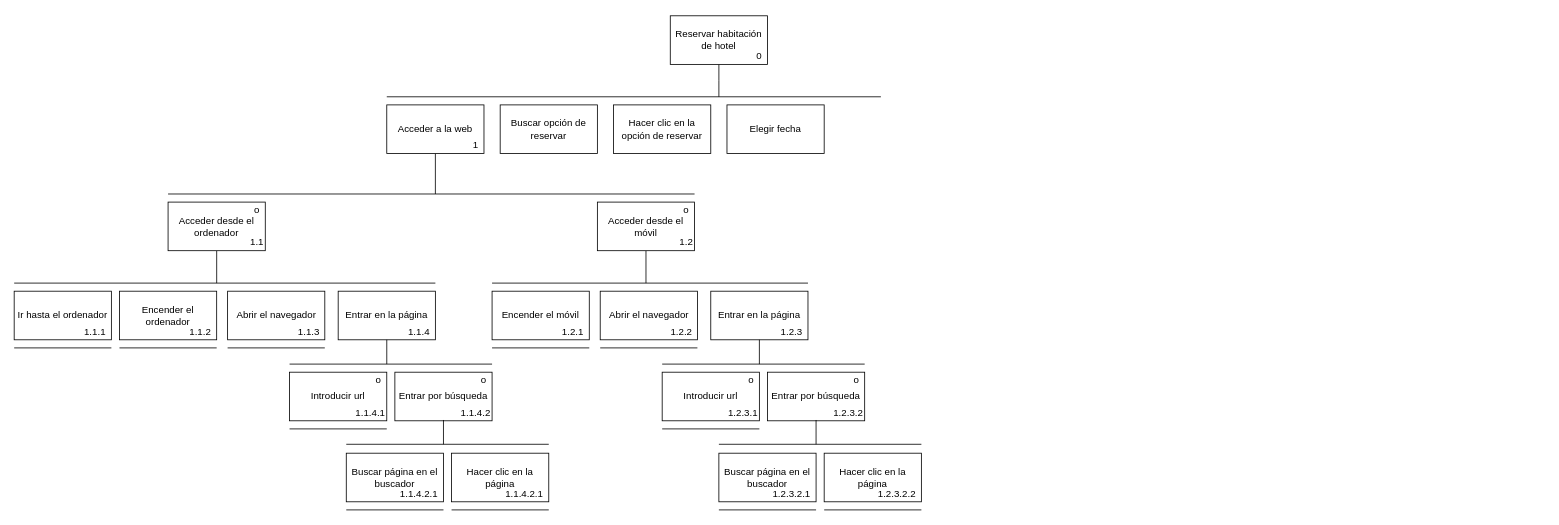
Before: Untitled Diagram.drawio in dolansete/repdolan, a draw.io diagram. Source tidied: cells renumbered, new cells numbered last; positions are measured from the earlier drawing's top-left corner, leaving out a move shared by most shapes. Both pictures are drawn from the tidied source at 81%, with x=0, y=0 at pixel (14, 15).
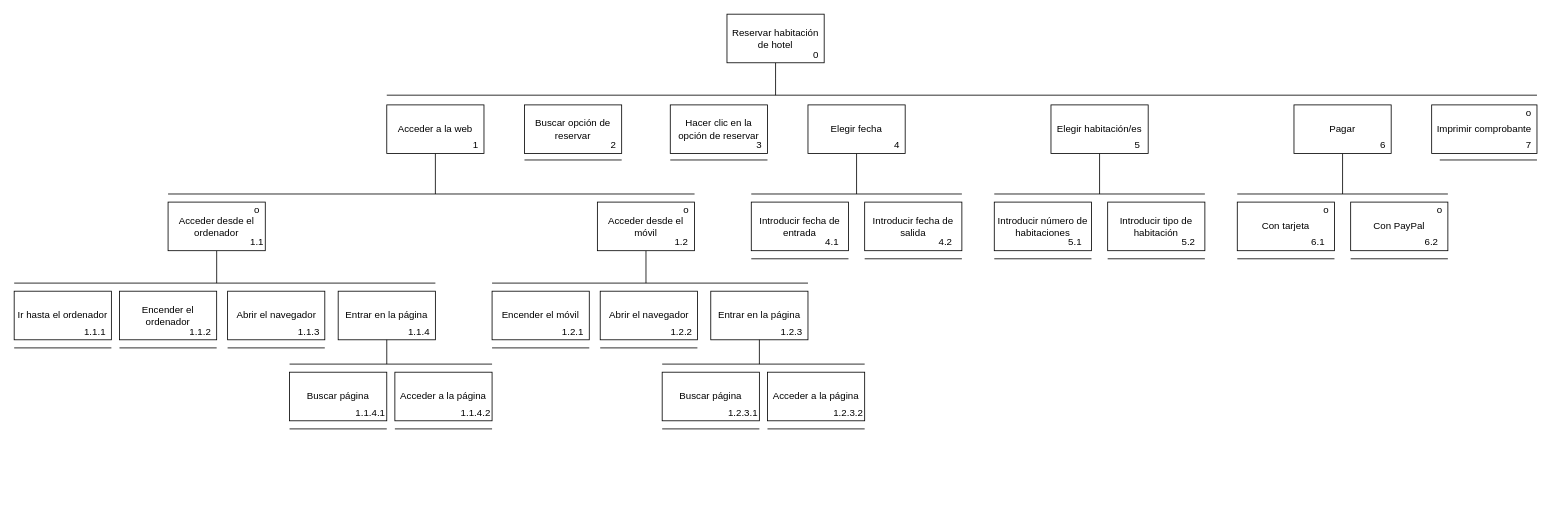
The same diagram, later.

The edit, as a diff of the source:
```diff
@@
     <mxCell id="2" style="edgeStyle=orthogonalEdgeStyle;rounded=0;jettySize=auto;html=1;endArrow=none;endFill=0;" parent="1" edge="1" source="3">
       <mxGeometry relative="1" as="geometry">
-        <mxPoint x="870" y="100" as="targetPoint" />
+        <mxPoint x="940" y="98" as="targetPoint" />
       </mxGeometry>
     </mxCell>
     <mxCell id="3" value="Reservar habitación de hotel" style="rounded=0;whiteSpace=wrap;html=1;" parent="1" vertex="1">
-      <mxGeometry x="810" width="120" height="60" as="geometry" />
+      <mxGeometry x="880" y="-2" width="120" height="60" as="geometry" />
     </mxCell>
     <mxCell id="4" style="endArrow=none;html=1;" parent="1" edge="1">
       <mxGeometry relative="1" as="geometry">
-        <mxPoint x="460" y="100" as="sourcePoint" />
-        <mxPoint x="1070" y="100" as="targetPoint" />
+        <mxPoint x="460" y="98" as="sourcePoint" />
+        <mxPoint x="1880" y="98" as="targetPoint" />
       </mxGeometry>
     </mxCell>
     <mxCell id="5" value="0" style="text;html=1;strokeColor=none;fillColor=none;align=center;verticalAlign=middle;whiteSpace=wrap;rounded=0;" parent="1" vertex="1">
-      <mxGeometry x="900" y="40" width="40" height="20" as="geometry" />
+      <mxGeometry x="970" y="38" width="40" height="20" as="geometry" />
     </mxCell>
@@
-    <mxCell id="21" value="Introducir url" style="rounded=0;whiteSpace=wrap;html=1;" parent="1" vertex="1">
+    <mxCell id="21" value="Buscar página" style="rounded=0;whiteSpace=wrap;html=1;" parent="1" vertex="1">
       <mxGeometry x="340" y="440" width="120" height="60" as="geometry" />
     </mxCell>
-    <mxCell id="22" value="Entrar por búsqueda" style="rounded=0;whiteSpace=wrap;html=1;" parent="1" vertex="1">
+    <mxCell id="22" value="Acceder a la página" style="rounded=0;whiteSpace=wrap;html=1;" parent="1" vertex="1">
       <mxGeometry x="470" y="440" width="120" height="60" as="geometry" />
     </mxCell>
-    <mxCell id="23" value="o" style="text;html=1;strokeColor=none;fillColor=none;align=center;verticalAlign=middle;whiteSpace=wrap;rounded=0;" parent="1" vertex="1">
-      <mxGeometry x="430" y="440" width="40" height="20" as="geometry" />
-    </mxCell>
-    <mxCell id="24" value="o" style="text;html=1;strokeColor=none;fillColor=none;align=center;verticalAlign=middle;whiteSpace=wrap;rounded=0;" parent="1" vertex="1">
-      <mxGeometry x="560" y="440" width="40" height="20" as="geometry" />
-    </mxCell>
-    <mxCell id="25" style="edgeStyle=none;orthogonalLoop=1;jettySize=auto;html=1;endArrow=none;exitX=0.5;exitY=1;exitDx=0;exitDy=0;" parent="1" edge="1">
-      <mxGeometry relative="1" as="geometry">
-        <mxPoint x="530" y="499" as="sourcePoint" />
-        <mxPoint x="530" y="529" as="targetPoint" />
-      </mxGeometry>
-    </mxCell>
-    <mxCell id="26" style="endArrow=none;html=1;" parent="1" edge="1">
-      <mxGeometry relative="1" as="geometry">
-        <mxPoint x="410" y="529" as="sourcePoint" />
-        <mxPoint x="660" y="529" as="targetPoint" />
-      </mxGeometry>
-    </mxCell>
-    <mxCell id="27" value="Buscar página en el buscador" style="rounded=0;whiteSpace=wrap;html=1;" parent="1" vertex="1">
-      <mxGeometry x="410" y="540" width="120" height="60" as="geometry" />
-    </mxCell>
-    <mxCell id="28" value="Hacer clic en la página" style="rounded=0;whiteSpace=wrap;html=1;" parent="1" vertex="1">
-      <mxGeometry x="540" y="540" width="120" height="60" as="geometry" />
-    </mxCell>
@@
-    <mxCell id="33" style="endArrow=none;html=1;" parent="1" edge="1">
-      <mxGeometry relative="1" as="geometry">
-        <mxPoint x="410" y="610" as="sourcePoint" />
-        <mxPoint x="530" y="610" as="targetPoint" />
-      </mxGeometry>
-    </mxCell>
-    <mxCell id="34" style="endArrow=none;html=1;" parent="1" edge="1">
-      <mxGeometry relative="1" as="geometry">
-        <mxPoint x="540" y="610" as="sourcePoint" />
-        <mxPoint x="660" y="610" as="targetPoint" />
-      </mxGeometry>
-    </mxCell>
@@
-    <mxCell id="40" value="Introducir url" style="rounded=0;whiteSpace=wrap;html=1;" parent="1" vertex="1">
-      <mxGeometry x="800" y="440" width="120" height="60" as="geometry" />
-    </mxCell>
-    <mxCell id="41" value="Entrar por búsqueda" style="rounded=0;whiteSpace=wrap;html=1;" parent="1" vertex="1">
-      <mxGeometry x="930" y="440" width="120" height="60" as="geometry" />
-    </mxCell>
-    <mxCell id="42" value="o" style="text;html=1;strokeColor=none;fillColor=none;align=center;verticalAlign=middle;whiteSpace=wrap;rounded=0;" parent="1" vertex="1">
-      <mxGeometry x="890" y="440" width="40" height="20" as="geometry" />
-    </mxCell>
-    <mxCell id="43" value="o" style="text;html=1;strokeColor=none;fillColor=none;align=center;verticalAlign=middle;whiteSpace=wrap;rounded=0;" parent="1" vertex="1">
-      <mxGeometry x="1020" y="440" width="40" height="20" as="geometry" />
-    </mxCell>
-    <mxCell id="44" style="edgeStyle=none;orthogonalLoop=1;jettySize=auto;html=1;endArrow=none;exitX=0.5;exitY=1;exitDx=0;exitDy=0;" parent="1" edge="1">
-      <mxGeometry relative="1" as="geometry">
-        <mxPoint x="990" y="499" as="sourcePoint" />
-        <mxPoint x="990" y="529" as="targetPoint" />
-      </mxGeometry>
-    </mxCell>
-    <mxCell id="45" style="endArrow=none;html=1;" parent="1" edge="1">
-      <mxGeometry relative="1" as="geometry">
-        <mxPoint x="870" y="529" as="sourcePoint" />
-        <mxPoint x="1120" y="529" as="targetPoint" />
-      </mxGeometry>
-    </mxCell>
-    <mxCell id="46" value="Buscar página en el buscador" style="rounded=0;whiteSpace=wrap;html=1;" parent="1" vertex="1">
-      <mxGeometry x="870" y="540" width="120" height="60" as="geometry" />
-    </mxCell>
-    <mxCell id="47" value="Hacer clic en la página" style="rounded=0;whiteSpace=wrap;html=1;" parent="1" vertex="1">
-      <mxGeometry x="1000" y="540" width="120" height="60" as="geometry" />
-    </mxCell>
@@
-    <mxCell id="50" style="endArrow=none;html=1;" parent="1" edge="1">
-      <mxGeometry relative="1" as="geometry">
-        <mxPoint x="800" y="510" as="sourcePoint" />
-        <mxPoint x="920" y="510" as="targetPoint" />
-      </mxGeometry>
-    </mxCell>
-    <mxCell id="51" style="endArrow=none;html=1;" parent="1" edge="1">
-      <mxGeometry relative="1" as="geometry">
-        <mxPoint x="870" y="610" as="sourcePoint" />
-        <mxPoint x="990" y="610" as="targetPoint" />
-      </mxGeometry>
-    </mxCell>
-    <mxCell id="52" style="endArrow=none;html=1;" parent="1" edge="1">
-      <mxGeometry relative="1" as="geometry">
-        <mxPoint x="1000" y="610" as="sourcePoint" />
-        <mxPoint x="1120" y="610" as="targetPoint" />
-      </mxGeometry>
-    </mxCell>
@@
     <mxCell id="57" value="1.2" style="text;html=1;strokeColor=none;fillColor=none;align=center;verticalAlign=middle;whiteSpace=wrap;rounded=0;" parent="1" vertex="1">
-      <mxGeometry x="810" y="270" width="40" height="20" as="geometry" />
+      <mxGeometry x="803.5" y="270" width="40" height="20" as="geometry" />
     </mxCell>
@@
-    <mxCell id="67" value="1.1.4.2.1" style="text;html=1;strokeColor=none;fillColor=none;align=center;verticalAlign=middle;whiteSpace=wrap;rounded=0;" parent="1" vertex="1">
-      <mxGeometry x="480" y="580" width="40" height="20" as="geometry" />
-    </mxCell>
-    <mxCell id="68" value="1.1.4.2.1" style="text;html=1;strokeColor=none;fillColor=none;align=center;verticalAlign=middle;whiteSpace=wrap;rounded=0;" parent="1" vertex="1">
-      <mxGeometry x="610" y="580" width="40" height="20" as="geometry" />
-    </mxCell>
+    <mxCell id="73" value="Buscar opción de reservar" style="rounded=0;whiteSpace=wrap;html=1;" parent="1" vertex="1">
+      <mxGeometry x="630" y="110" width="120" height="60" as="geometry" />
+    </mxCell>
+    <mxCell id="74" value="Hacer clic en la opción de reservar" style="rounded=0;whiteSpace=wrap;html=1;" parent="1" vertex="1">
+      <mxGeometry x="810" y="110" width="120" height="60" as="geometry" />
+    </mxCell>
+    <mxCell id="76" style="edgeStyle=none;jettySize=auto;html=1;endArrow=none;" parent="1" edge="1" source="75">
+      <mxGeometry relative="1" as="geometry">
+        <mxPoint x="1040" y="220" as="targetPoint" />
+      </mxGeometry>
+    </mxCell>
+    <mxCell id="75" value="Elegir fecha" style="rounded=0;whiteSpace=wrap;html=1;" parent="1" vertex="1">
+      <mxGeometry x="980" y="110" width="120" height="60" as="geometry" />
+    </mxCell>
+    <mxCell id="77" style="endArrow=none;html=1;" parent="1" edge="1">
+      <mxGeometry relative="1" as="geometry">
+        <mxPoint x="910" y="220" as="sourcePoint" />
+        <mxPoint x="1170" y="220" as="targetPoint" />
+      </mxGeometry>
+    </mxCell>
+    <mxCell id="78" value="Introducir fecha de entrada" style="rounded=0;whiteSpace=wrap;html=1;" parent="1" vertex="1">
+      <mxGeometry x="910" y="230" width="120" height="60" as="geometry" />
+    </mxCell>
+    <mxCell id="79" value="Introducir fecha de salida" style="rounded=0;whiteSpace=wrap;html=1;" parent="1" vertex="1">
+      <mxGeometry x="1050" y="230" width="120" height="60" as="geometry" />
+    </mxCell>
+    <mxCell id="80" style="endArrow=none;html=1;" parent="1" edge="1">
+      <mxGeometry relative="1" as="geometry">
+        <mxPoint x="910" y="300" as="sourcePoint" />
+        <mxPoint x="1030" y="300" as="targetPoint" />
+      </mxGeometry>
+    </mxCell>
+    <mxCell id="81" style="endArrow=none;html=1;" parent="1" edge="1">
+      <mxGeometry relative="1" as="geometry">
+        <mxPoint x="1050" y="300" as="sourcePoint" />
+        <mxPoint x="1170" y="300" as="targetPoint" />
+      </mxGeometry>
+    </mxCell>
+    <mxCell id="82" style="edgeStyle=none;jettySize=auto;html=1;endArrow=none;" parent="1" edge="1" source="83">
+      <mxGeometry relative="1" as="geometry">
+        <mxPoint x="1340" y="220" as="targetPoint" />
+      </mxGeometry>
+    </mxCell>
+    <mxCell id="83" value="Elegir habitación/es" style="rounded=0;whiteSpace=wrap;html=1;" parent="1" vertex="1">
+      <mxGeometry x="1280" y="110" width="120" height="60" as="geometry" />
+    </mxCell>
+    <mxCell id="84" style="endArrow=none;html=1;" parent="1" edge="1">
+      <mxGeometry relative="1" as="geometry">
+        <mxPoint x="1210" y="220" as="sourcePoint" />
+        <mxPoint x="1470" y="220" as="targetPoint" />
+      </mxGeometry>
+    </mxCell>
+    <mxCell id="85" value="Introducir número de habitaciones" style="rounded=0;whiteSpace=wrap;html=1;" parent="1" vertex="1">
+      <mxGeometry x="1210" y="230" width="120" height="60" as="geometry" />
+    </mxCell>
+    <mxCell id="86" value="Introducir tipo de habitación" style="rounded=0;whiteSpace=wrap;html=1;" parent="1" vertex="1">
+      <mxGeometry x="1350" y="230" width="120" height="60" as="geometry" />
+    </mxCell>
+    <mxCell id="87" style="endArrow=none;html=1;" parent="1" edge="1">
+      <mxGeometry relative="1" as="geometry">
+        <mxPoint x="1210" y="300" as="sourcePoint" />
+        <mxPoint x="1330" y="300" as="targetPoint" />
+      </mxGeometry>
+    </mxCell>
+    <mxCell id="88" style="endArrow=none;html=1;" parent="1" edge="1">
+      <mxGeometry relative="1" as="geometry">
+        <mxPoint x="1350" y="300" as="sourcePoint" />
+        <mxPoint x="1470" y="300" as="targetPoint" />
+      </mxGeometry>
+    </mxCell>
+    <mxCell id="89" style="endArrow=none;html=1;" parent="1" edge="1">
+      <mxGeometry relative="1" as="geometry">
+        <mxPoint x="470" y="510" as="sourcePoint" />
+        <mxPoint x="590" y="510" as="targetPoint" />
+      </mxGeometry>
+    </mxCell>
+    <mxCell id="90" value="Buscar página" style="rounded=0;whiteSpace=wrap;html=1;" parent="1" vertex="1">
+      <mxGeometry x="800" y="440" width="120" height="60" as="geometry" />
+    </mxCell>
+    <mxCell id="91" value="Acceder a la página" style="rounded=0;whiteSpace=wrap;html=1;" parent="1" vertex="1">
+      <mxGeometry x="930" y="440" width="120" height="60" as="geometry" />
+    </mxCell>
+    <mxCell id="92" style="endArrow=none;html=1;" parent="1" edge="1">
+      <mxGeometry relative="1" as="geometry">
+        <mxPoint x="800" y="510" as="sourcePoint" />
+        <mxPoint x="920" y="510" as="targetPoint" />
+      </mxGeometry>
+    </mxCell>
@@
-    <mxCell id="71" value="1.2.3.2.1" style="text;html=1;strokeColor=none;fillColor=none;align=center;verticalAlign=middle;whiteSpace=wrap;rounded=0;" parent="1" vertex="1">
-      <mxGeometry x="940" y="580" width="40" height="20" as="geometry" />
-    </mxCell>
-    <mxCell id="72" value="1.2.3.2.2" style="text;html=1;strokeColor=none;fillColor=none;align=center;verticalAlign=middle;whiteSpace=wrap;rounded=0;" parent="1" vertex="1">
-      <mxGeometry x="1070" y="580" width="40" height="20" as="geometry" />
-    </mxCell>
-    <mxCell id="73" value="Buscar opción de reservar" style="rounded=0;whiteSpace=wrap;html=1;" parent="1" vertex="1">
-      <mxGeometry x="600" y="110" width="120" height="60" as="geometry" />
-    </mxCell>
-    <mxCell id="74" value="Hacer clic en la opción de reservar" style="rounded=0;whiteSpace=wrap;html=1;" parent="1" vertex="1">
-      <mxGeometry x="740" y="110" width="120" height="60" as="geometry" />
-    </mxCell>
-    <mxCell id="75" value="Elegir fecha" style="rounded=0;whiteSpace=wrap;html=1;" parent="1" vertex="1">
-      <mxGeometry x="880" y="110" width="120" height="60" as="geometry" />
-    </mxCell>
+    <mxCell id="93" style="endArrow=none;html=1;" parent="1" edge="1">
+      <mxGeometry relative="1" as="geometry">
+        <mxPoint x="930" y="510" as="sourcePoint" />
+        <mxPoint x="1050" y="510" as="targetPoint" />
+      </mxGeometry>
+    </mxCell>
+    <mxCell id="94" style="edgeStyle=none;jettySize=auto;html=1;endArrow=none;" parent="1" edge="1" source="95">
+      <mxGeometry relative="1" as="geometry">
+        <mxPoint x="1640" y="220" as="targetPoint" />
+      </mxGeometry>
+    </mxCell>
+    <mxCell id="95" value="Pagar" style="rounded=0;whiteSpace=wrap;html=1;" parent="1" vertex="1">
+      <mxGeometry x="1580" y="110" width="120" height="60" as="geometry" />
+    </mxCell>
+    <mxCell id="96" style="endArrow=none;html=1;" parent="1" edge="1">
+      <mxGeometry relative="1" as="geometry">
+        <mxPoint x="1510" y="220" as="sourcePoint" />
+        <mxPoint x="1770" y="220" as="targetPoint" />
+      </mxGeometry>
+    </mxCell>
+    <mxCell id="97" value="Con tarjeta" style="rounded=0;whiteSpace=wrap;html=1;" parent="1" vertex="1">
+      <mxGeometry x="1510" y="230" width="120" height="60" as="geometry" />
+    </mxCell>
+    <mxCell id="98" value="Con PayPal" style="rounded=0;whiteSpace=wrap;html=1;" parent="1" vertex="1">
+      <mxGeometry x="1650" y="230" width="120" height="60" as="geometry" />
+    </mxCell>
+    <mxCell id="99" style="endArrow=none;html=1;" parent="1" edge="1">
+      <mxGeometry relative="1" as="geometry">
+        <mxPoint x="1510" y="300" as="sourcePoint" />
+        <mxPoint x="1630" y="300" as="targetPoint" />
+      </mxGeometry>
+    </mxCell>
+    <mxCell id="100" style="endArrow=none;html=1;" parent="1" edge="1">
+      <mxGeometry relative="1" as="geometry">
+        <mxPoint x="1650" y="300" as="sourcePoint" />
+        <mxPoint x="1770" y="300" as="targetPoint" />
+      </mxGeometry>
+    </mxCell>
+    <mxCell id="101" value="o" style="text;html=1;strokeColor=none;fillColor=none;align=center;verticalAlign=middle;whiteSpace=wrap;rounded=0;" parent="1" vertex="1">
+      <mxGeometry x="1600" y="230" width="40" height="20" as="geometry" />
+    </mxCell>
+    <mxCell id="102" value="o" style="text;html=1;strokeColor=none;fillColor=none;align=center;verticalAlign=middle;whiteSpace=wrap;rounded=0;" parent="1" vertex="1">
+      <mxGeometry x="1740" y="230" width="40" height="20" as="geometry" />
+    </mxCell>
+    <mxCell id="103" value="Imprimir comprobante" style="rounded=0;whiteSpace=wrap;html=1;" parent="1" vertex="1">
+      <mxGeometry x="1750" y="110" width="130" height="60" as="geometry" />
+    </mxCell>
+    <mxCell id="104" value="2" style="text;html=1;strokeColor=none;fillColor=none;align=center;verticalAlign=middle;whiteSpace=wrap;rounded=0;" parent="1" vertex="1">
+      <mxGeometry x="720" y="150" width="40" height="20" as="geometry" />
+    </mxCell>
+    <mxCell id="105" value="3" style="text;html=1;strokeColor=none;fillColor=none;align=center;verticalAlign=middle;whiteSpace=wrap;rounded=0;" parent="1" vertex="1">
+      <mxGeometry x="900" y="150" width="40" height="20" as="geometry" />
+    </mxCell>
+    <mxCell id="106" value="4" style="text;html=1;strokeColor=none;fillColor=none;align=center;verticalAlign=middle;whiteSpace=wrap;rounded=0;" parent="1" vertex="1">
+      <mxGeometry x="1070" y="150" width="40" height="20" as="geometry" />
+    </mxCell>
+    <mxCell id="107" value="5" style="text;html=1;strokeColor=none;fillColor=none;align=center;verticalAlign=middle;whiteSpace=wrap;rounded=0;" parent="1" vertex="1">
+      <mxGeometry x="1367" y="150" width="40" height="20" as="geometry" />
+    </mxCell>
+    <mxCell id="108" value="6" style="text;html=1;strokeColor=none;fillColor=none;align=center;verticalAlign=middle;whiteSpace=wrap;rounded=0;" parent="1" vertex="1">
+      <mxGeometry x="1670" y="150" width="40" height="20" as="geometry" />
+    </mxCell>
+    <mxCell id="109" value="7" style="text;html=1;strokeColor=none;fillColor=none;align=center;verticalAlign=middle;whiteSpace=wrap;rounded=0;" parent="1" vertex="1">
+      <mxGeometry x="1850" y="150" width="40" height="20" as="geometry" />
+    </mxCell>
+    <mxCell id="110" value="4.1" style="text;html=1;strokeColor=none;fillColor=none;align=center;verticalAlign=middle;whiteSpace=wrap;rounded=0;" parent="1" vertex="1">
+      <mxGeometry x="990" y="270" width="40" height="20" as="geometry" />
+    </mxCell>
+    <mxCell id="111" value="4.2" style="text;html=1;strokeColor=none;fillColor=none;align=center;verticalAlign=middle;whiteSpace=wrap;rounded=0;" parent="1" vertex="1">
+      <mxGeometry x="1130" y="270" width="40" height="20" as="geometry" />
+    </mxCell>
+    <mxCell id="112" value="5.1" style="text;html=1;strokeColor=none;fillColor=none;align=center;verticalAlign=middle;whiteSpace=wrap;rounded=0;" parent="1" vertex="1">
+      <mxGeometry x="1290" y="270" width="40" height="20" as="geometry" />
+    </mxCell>
+    <mxCell id="113" value="5.2" style="text;html=1;strokeColor=none;fillColor=none;align=center;verticalAlign=middle;whiteSpace=wrap;rounded=0;" parent="1" vertex="1">
+      <mxGeometry x="1430" y="270" width="40" height="20" as="geometry" />
+    </mxCell>
+    <mxCell id="114" value="6.1" style="text;html=1;strokeColor=none;fillColor=none;align=center;verticalAlign=middle;whiteSpace=wrap;rounded=0;" parent="1" vertex="1">
+      <mxGeometry x="1590" y="270" width="40" height="20" as="geometry" />
+    </mxCell>
+    <mxCell id="115" value="6.2" style="text;html=1;strokeColor=none;fillColor=none;align=center;verticalAlign=middle;whiteSpace=wrap;rounded=0;" parent="1" vertex="1">
+      <mxGeometry x="1730" y="270" width="40" height="20" as="geometry" />
+    </mxCell>
+    <mxCell id="116" style="endArrow=none;html=1;" parent="1" edge="1">
+      <mxGeometry relative="1" as="geometry">
+        <mxPoint x="630" y="178" as="sourcePoint" />
+        <mxPoint x="750" y="178" as="targetPoint" />
+      </mxGeometry>
+    </mxCell>
+    <mxCell id="117" style="endArrow=none;html=1;" parent="1" edge="1">
+      <mxGeometry relative="1" as="geometry">
+        <mxPoint x="810" y="178" as="sourcePoint" />
+        <mxPoint x="930" y="178" as="targetPoint" />
+      </mxGeometry>
+    </mxCell>
+    <mxCell id="118" style="endArrow=none;html=1;" parent="1" edge="1">
+      <mxGeometry relative="1" as="geometry">
+        <mxPoint x="1760" y="178" as="sourcePoint" />
+        <mxPoint x="1880" y="178" as="targetPoint" />
+      </mxGeometry>
+    </mxCell>
+    <mxCell id="119" value="o" style="text;html=1;strokeColor=none;fillColor=none;align=center;verticalAlign=middle;whiteSpace=wrap;rounded=0;" parent="1" vertex="1">
+      <mxGeometry x="1850" y="110" width="40" height="20" as="geometry" />
+    </mxCell>
```
